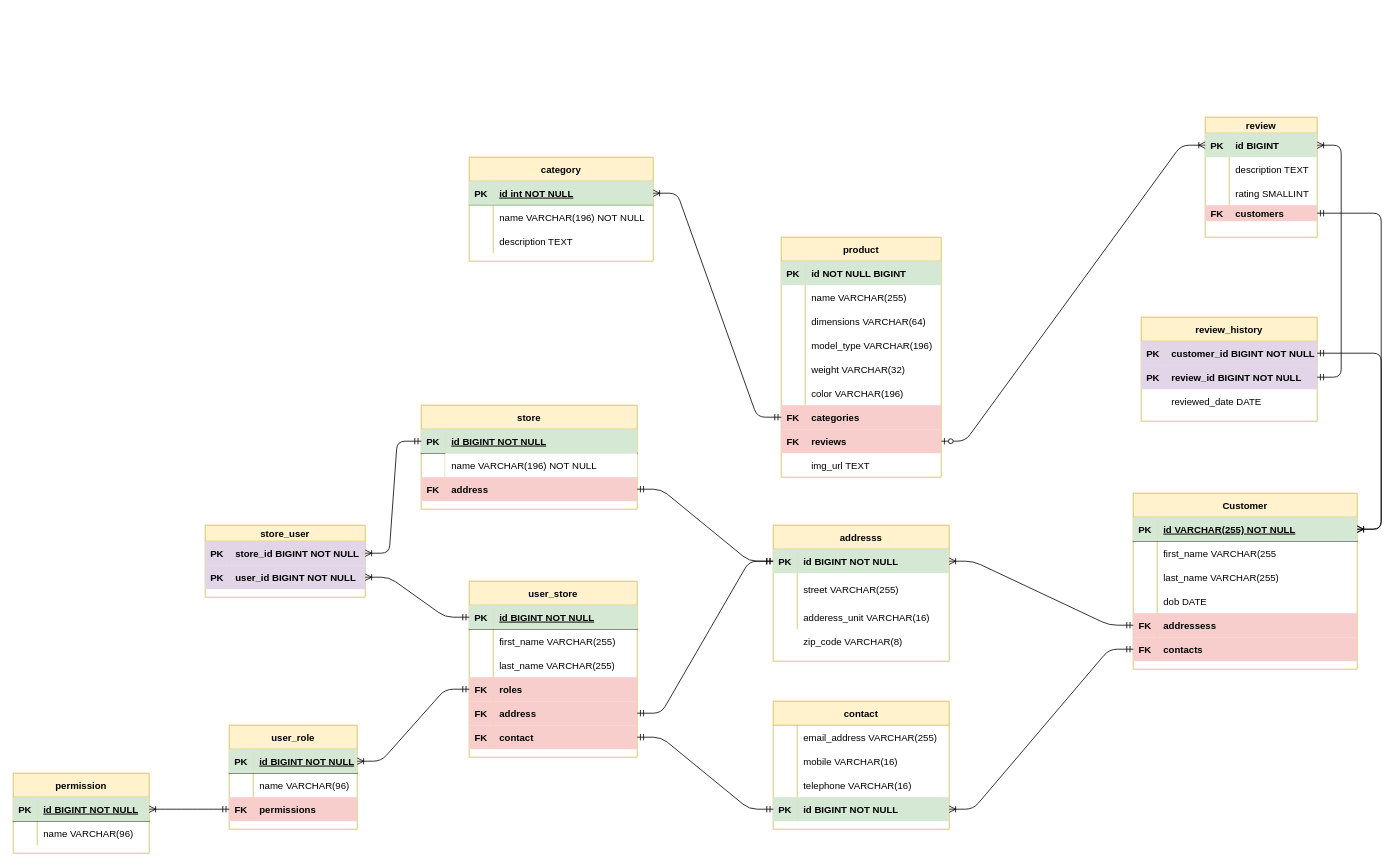
Before: YuppieChef_Review_Test.drawio in developerprince-eng/yuppie-chef-assement, a draw.io diagram. Source tidied: cells renumbered, new cells numbered last; positions are measured from the earlier drawing's top-left corner, leaving out a move shared by most shapes. Both pictures are drawn from the tidied source at 80%, with x=0, y=0 at pixel (13, 117).
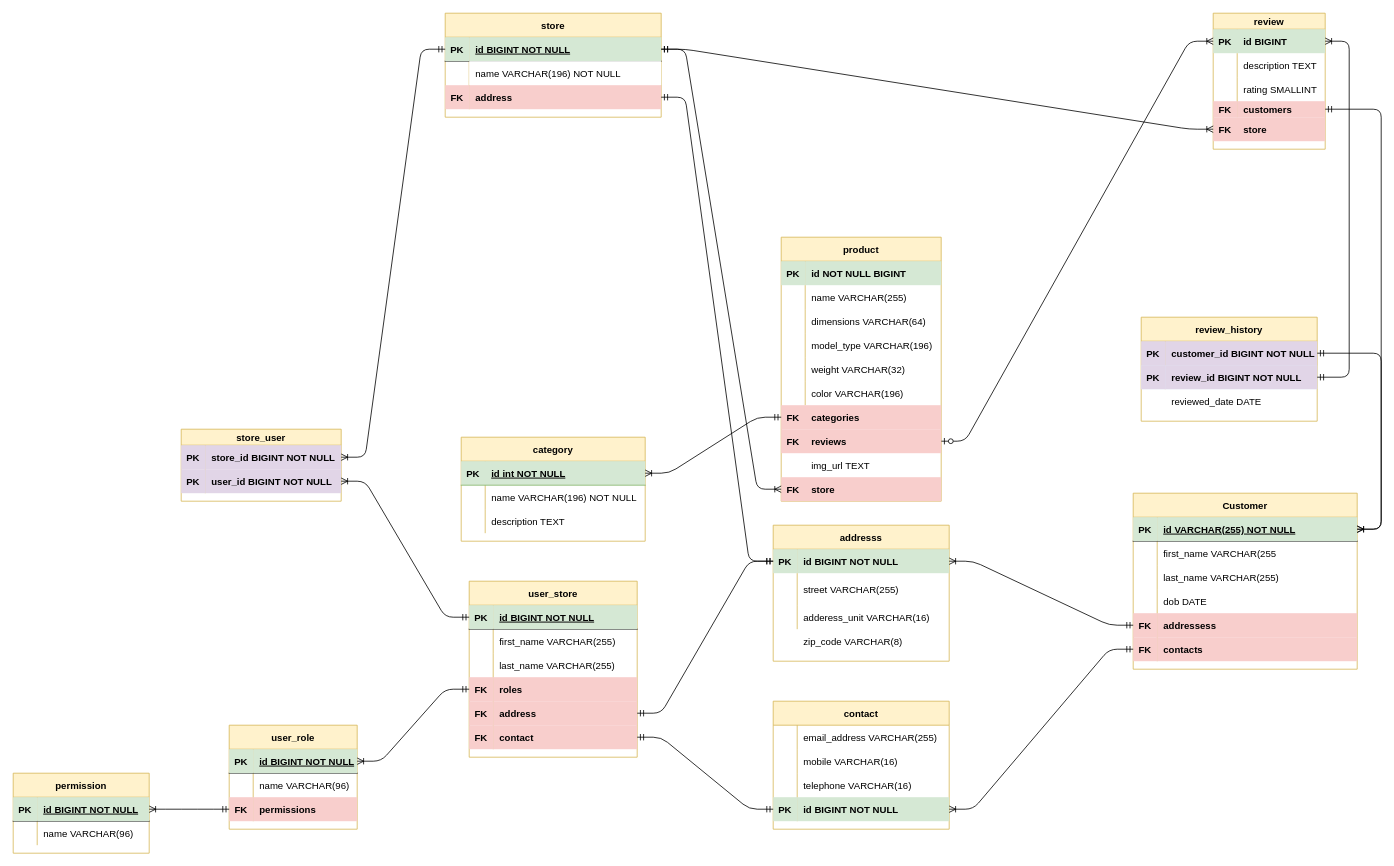
After the change.

Unchanged cells that the change refers to:
```xml
<mxCell id="133" style="shape=partialRectangle;fillColor=none;points=[[0,0.5],[1,0.5]];portConstraint=eastwest;top=0;left=0;right=0;bottom=1;" parent="132" vertex="1">
  <mxGeometry y="30" width="270" height="30" as="geometry" />
</mxCell>
```

What changed in the source:
```diff
@@
     <mxCell id="44" value="product" style="shape=table;startSize=30;childLayout=tableLayout;rowLines=0;fontStyle=1;align=center;fillColor=#fff2cc;strokeColor=#d6b656;" parent="1" vertex="1">
-      <mxGeometry x="960" y="150" width="200" height="300" as="geometry" />
+      <mxGeometry x="960" y="150" width="200" height="330" as="geometry" />
     </mxCell>
@@
     <mxCell id="63" value="review" style="shape=table;startSize=20;childLayout=tableLayout;rowLines=0;fontStyle=1;align=center;fillColor=#fff2cc;strokeColor=#d6b656;" parent="1" vertex="1">
-      <mxGeometry x="1490" width="140" height="150" as="geometry" />
+      <mxGeometry x="1500" y="-130" width="140" height="170" as="geometry" />
     </mxCell>
@@
     <mxCell id="118" value="category" style="shape=table;startSize=30;childLayout=tableLayout;rowLines=0;fontStyle=1;align=center;fillColor=#fff2cc;strokeColor=#d6b656;" parent="1" vertex="1">
-      <mxGeometry x="570" y="50" width="230" height="130" as="geometry" />
+      <mxGeometry x="560" y="400" width="230" height="130" as="geometry" />
     </mxCell>
@@
     <mxCell id="132" value="store" style="shape=table;startSize=30;childLayout=tableLayout;rowLines=0;fontStyle=1;align=center;fillColor=#fff2cc;strokeColor=#d6b656;" parent="1" vertex="1">
-      <mxGeometry x="510" y="360" width="270" height="130" as="geometry" />
+      <mxGeometry x="540" y="-130" width="270" height="130" as="geometry" />
     </mxCell>
@@
     <mxCell id="146" value="store_user" style="shape=table;startSize=20;childLayout=tableLayout;rowLines=0;fontStyle=1;align=center;fillColor=#fff2cc;strokeColor=#d6b656;" parent="1" vertex="1">
-      <mxGeometry x="240" y="510" width="200" height="90" as="geometry" />
+      <mxGeometry x="210" y="390" width="200" height="90" as="geometry" />
     </mxCell>
@@
+    <mxCell id="175" style="shape=partialRectangle;fillColor=#f8cecc;points=[[0,0.5],[1,0.5]];portConstraint=eastwest;top=0;left=0;right=0;bottom=0;fontStyle=1;strokeColor=#b85450;" parent="1" vertex="1">
+      <mxGeometry x="960" y="450" width="200" height="30" as="geometry" />
+    </mxCell>
+    <mxCell id="176" value="FK" style="shape=partialRectangle;overflow=hidden;fillColor=none;top=0;left=0;bottom=0;right=0;fontStyle=1;" parent="175" vertex="1">
+      <mxGeometry width="30" height="30" as="geometry" />
+    </mxCell>
+    <mxCell id="177" value="store" style="shape=partialRectangle;overflow=hidden;fillColor=none;top=0;left=0;bottom=0;right=0;align=left;spacingLeft=6;fontStyle=1;" parent="175" vertex="1">
+      <mxGeometry x="30" width="170" height="30" as="geometry" />
+    </mxCell>
+    <mxCell id="178" style="edgeStyle=entityRelationEdgeStyle;fontSize=12;html=1;endArrow=ERoneToMany;startArrow=ERmandOne;exitX=1;exitY=0.5;exitDx=0;exitDy=0;" parent="1" edge="1" source="133" target="175">
+      <mxGeometry relative="1" as="geometry" />
+    </mxCell>
+    <mxCell id="179" style="shape=partialRectangle;fillColor=#f8cecc;points=[[0,0.5],[1,0.5]];portConstraint=eastwest;top=0;left=0;right=0;bottom=0;strokeColor=#b85450;" parent="1" vertex="1">
+      <mxGeometry x="1500" width="140" height="30" as="geometry" />
+    </mxCell>
+    <mxCell id="180" value="FK" style="shape=partialRectangle;overflow=hidden;fillColor=none;top=0;left=0;bottom=0;right=0;fontStyle=1;" parent="179" vertex="1">
+      <mxGeometry width="30" height="30" as="geometry" />
+    </mxCell>
+    <mxCell id="181" value="store" style="shape=partialRectangle;overflow=hidden;fillColor=none;top=0;left=0;bottom=0;right=0;align=left;spacingLeft=6;fontStyle=1;" parent="179" vertex="1">
+      <mxGeometry x="30" width="110" height="30" as="geometry" />
+    </mxCell>
+    <mxCell id="182" style="edgeStyle=entityRelationEdgeStyle;fontSize=12;html=1;endArrow=ERoneToMany;startArrow=ERmandOne;exitX=1;exitY=0.5;exitDx=0;exitDy=0;entryX=0;entryY=0.5;entryDx=0;entryDy=0;" parent="1" edge="1" source="133" target="179">
+      <mxGeometry relative="1" as="geometry" />
+    </mxCell>
```
